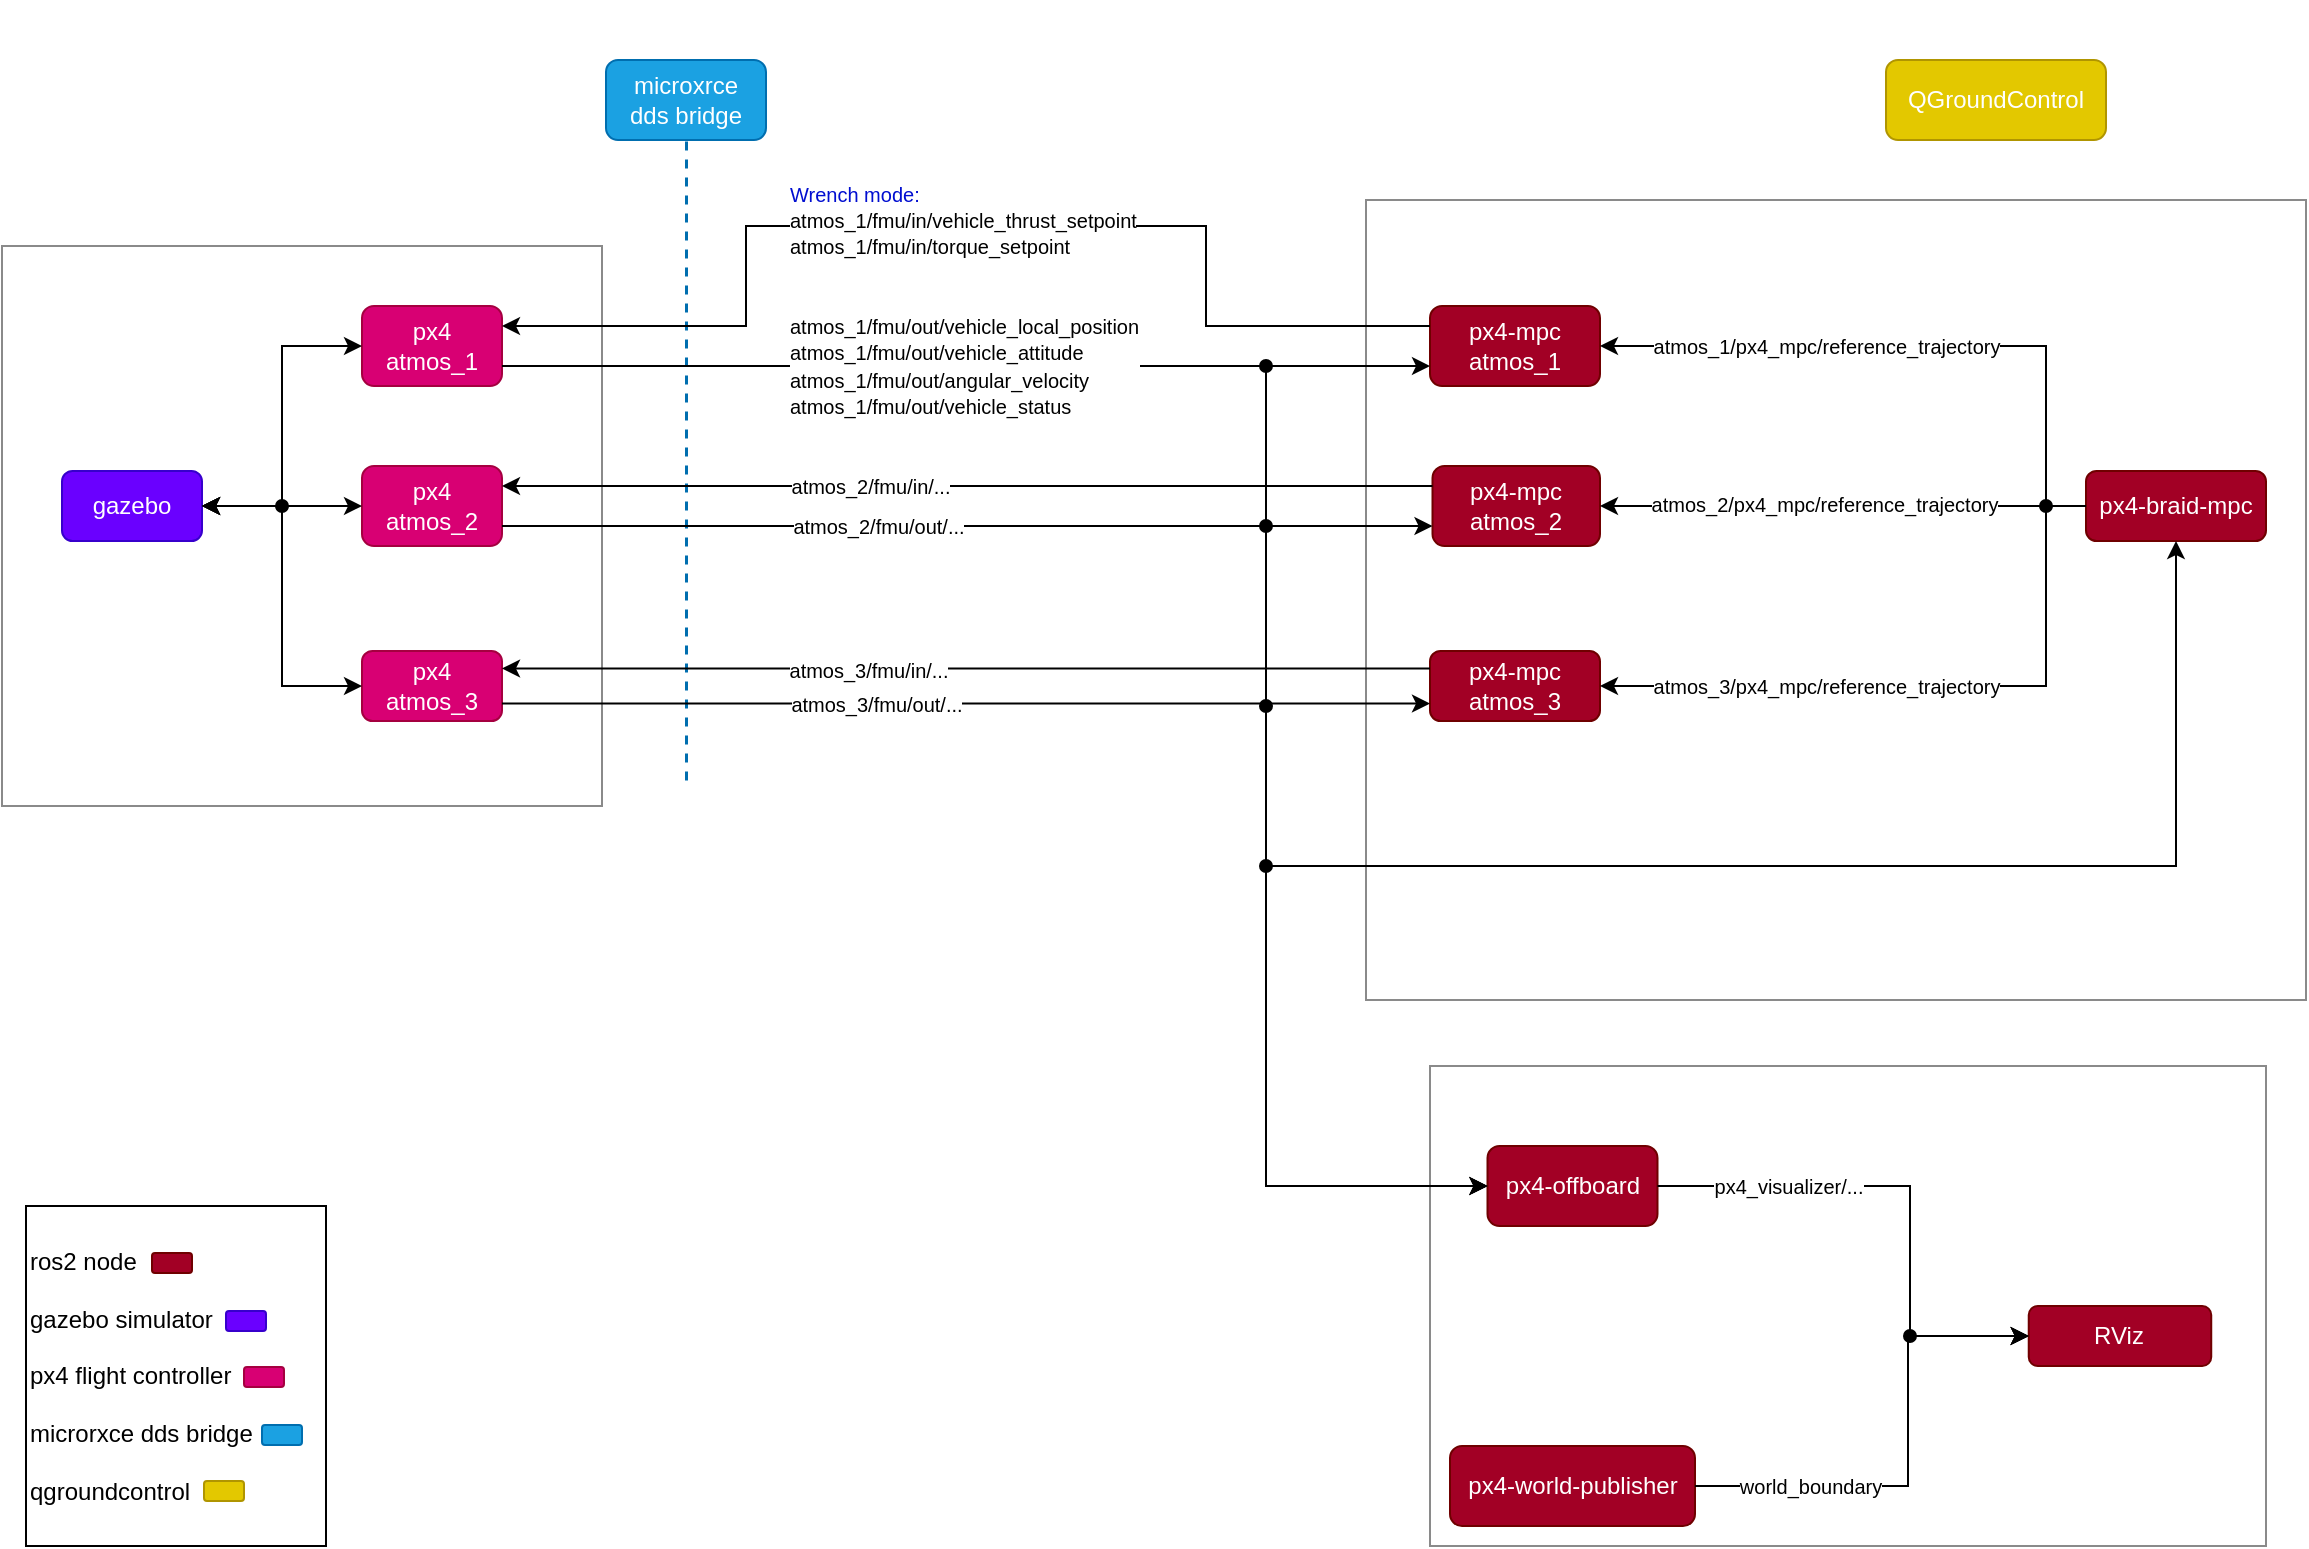
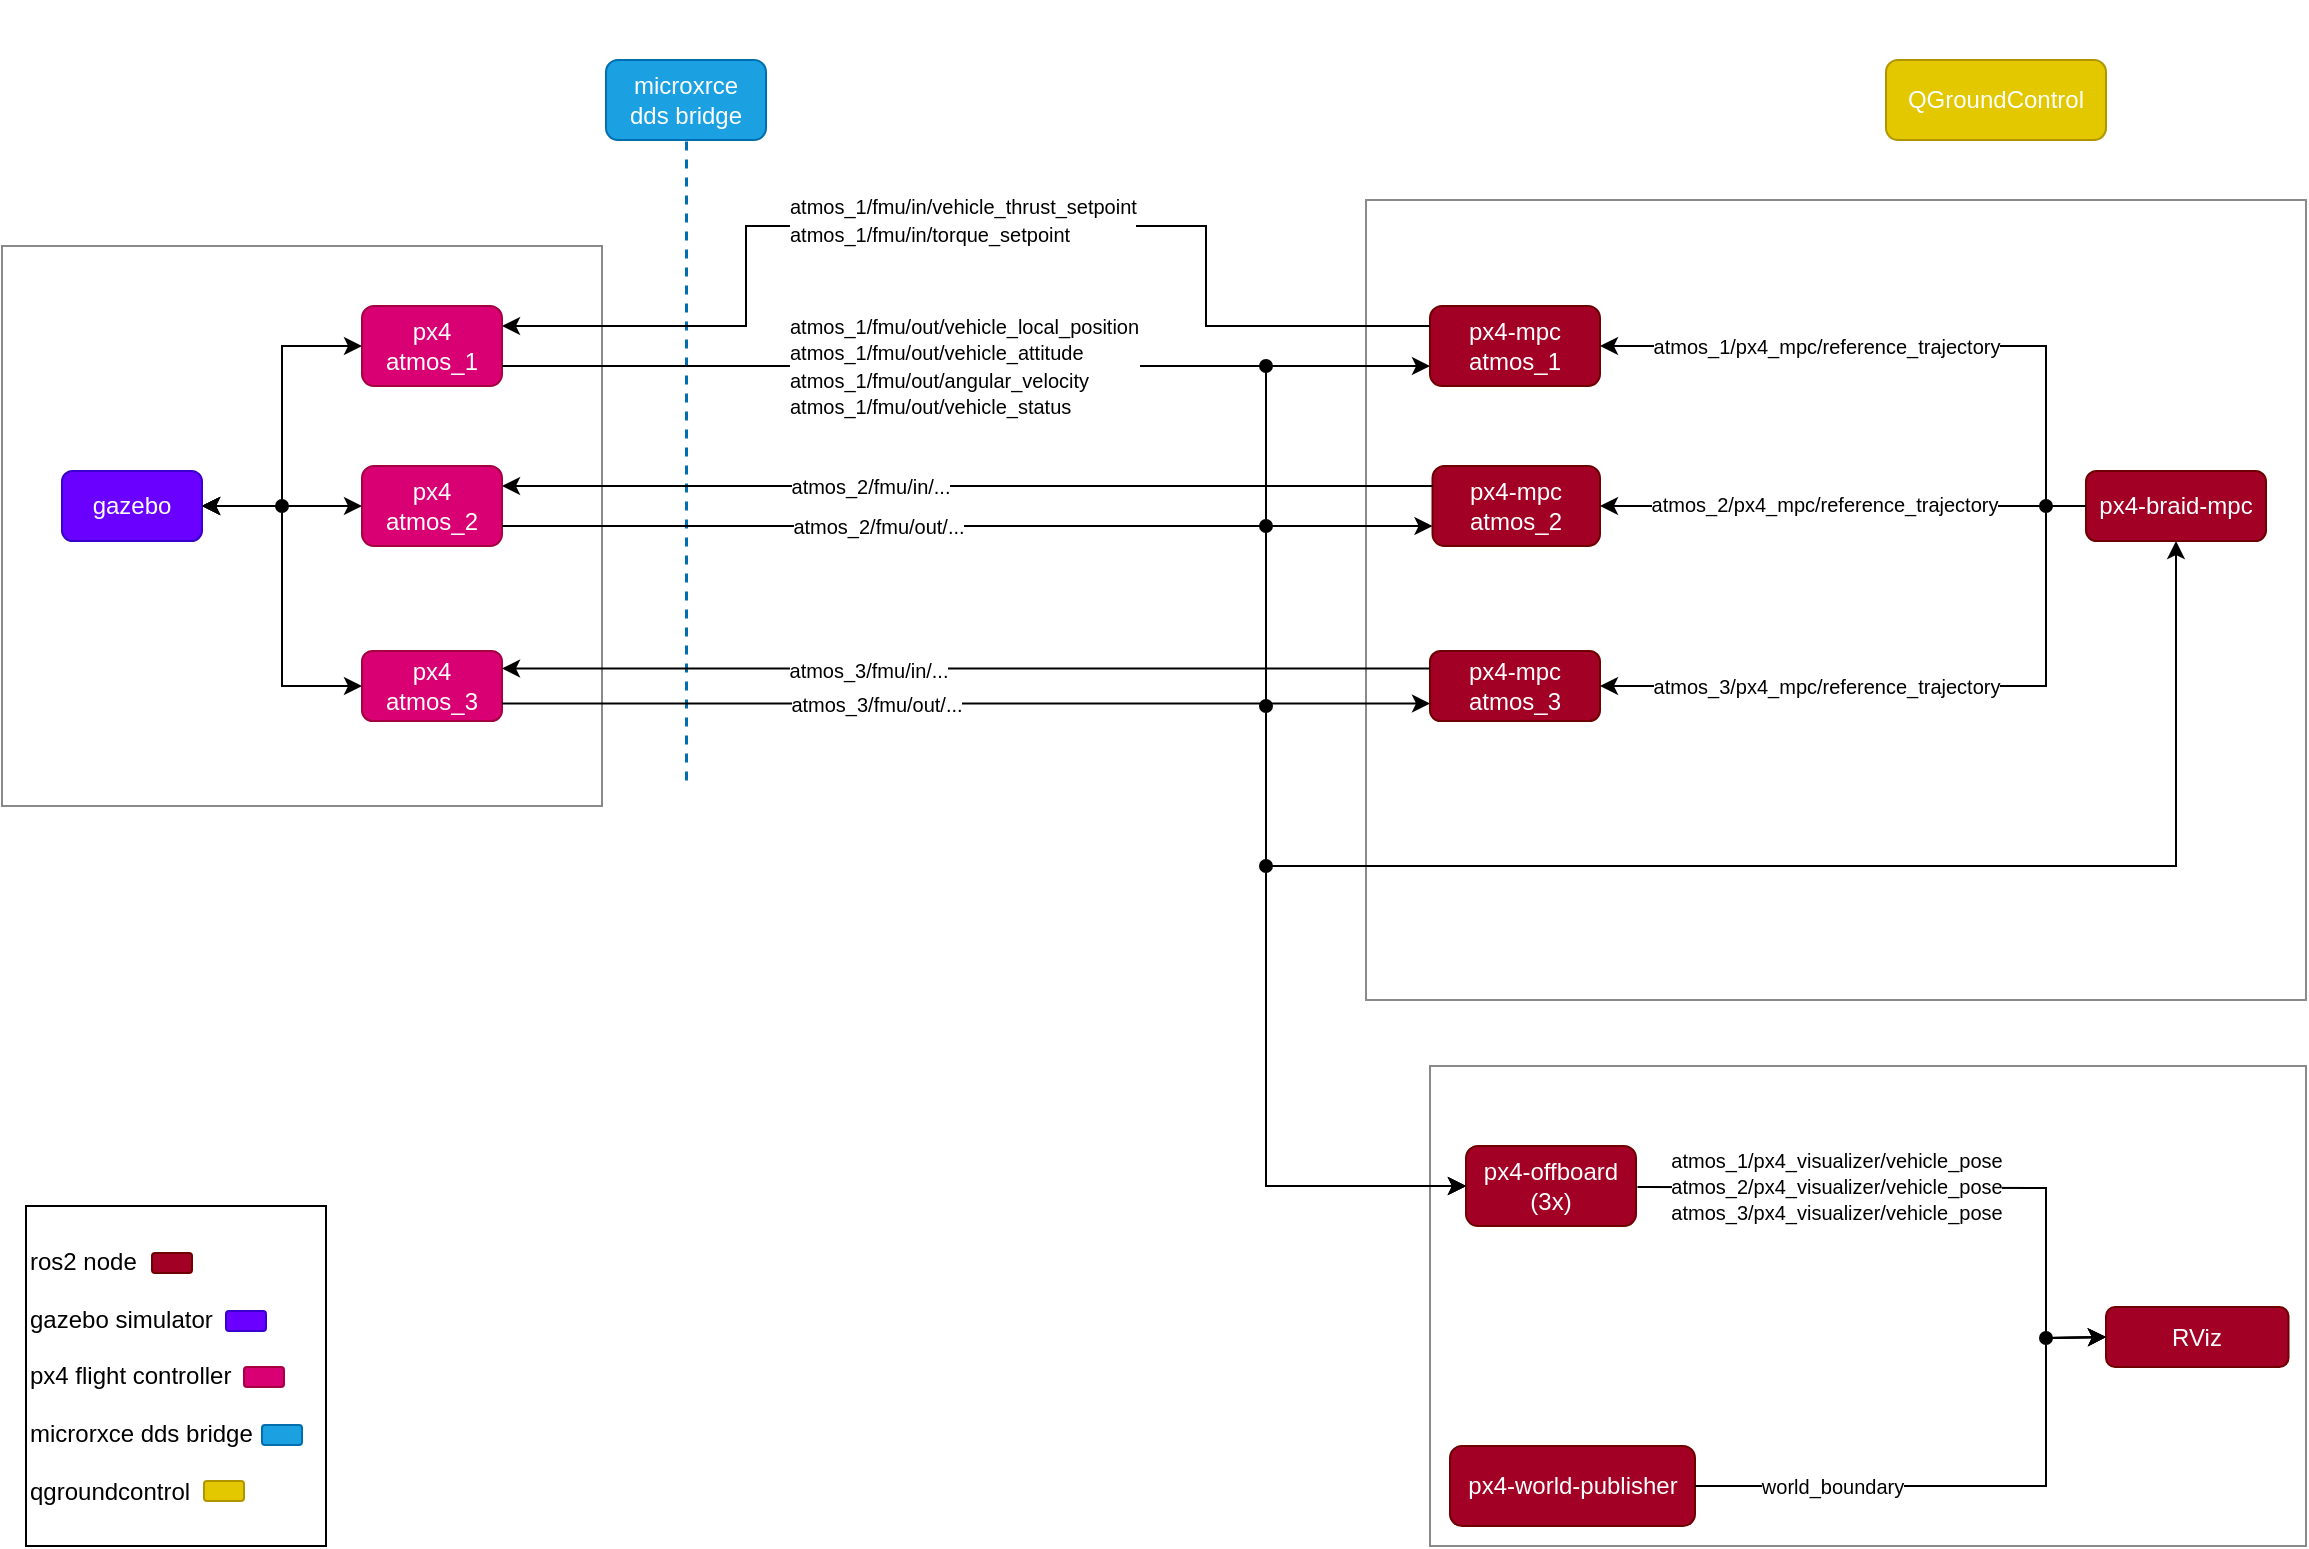
<mxfile host="Electron" agent="Mozilla/5.0 (Windows NT 10.0; Win64; x64) AppleWebKit/537.36 (KHTML, like Gecko) draw.io/27.0.2 Chrome/134.0.6998.205 Electron/35.3.0 Safari/537.36" version="27.0.2">
  <diagram name="Page-1" id="E9GNF9MPt7HNAeUT65pp">
-     <mxGraphModel dx="1426" dy="995" grid="1" gridSize="10" guides="1" tooltips="1" connect="1" arrows="1" fold="1" page="1" pageScale="1" pageWidth="1169" pageHeight="827" math="0" shadow="0">
+     <mxGraphModel dx="983" dy="686" grid="1" gridSize="10" guides="1" tooltips="1" connect="1" arrows="1" fold="1" page="1" pageScale="1" pageWidth="1169" pageHeight="827" math="0" shadow="0">
      <root>
        <mxCell id="0" />
        <mxCell id="1" parent="0" />
        <mxCell id="4c-f1tfFD5tvM23biIU9-37" value="&lt;div&gt;&lt;div&gt;&lt;br&gt;&lt;/div&gt;&lt;/div&gt;" style="rounded=0;whiteSpace=wrap;html=1;align=left;strokeColor=#8A8A8A;" parent="1" vertex="1">
-           <mxGeometry x="722" y="540" width="418" height="240" as="geometry" />
+           <mxGeometry x="722" y="540" width="438" height="240" as="geometry" />
        </mxCell>
        <mxCell id="4c-f1tfFD5tvM23biIU9-33" value="&lt;div&gt;&lt;br&gt;&lt;/div&gt;" style="rounded=0;whiteSpace=wrap;html=1;align=left;strokeColor=#8A8A8A;" parent="1" vertex="1">
          <mxGeometry x="690" y="107" width="470" height="400" as="geometry" />
        </mxCell>
        <mxCell id="4c-f1tfFD5tvM23biIU9-32" value="&lt;div&gt;&lt;br&gt;&lt;/div&gt;" style="rounded=0;whiteSpace=wrap;html=1;align=left;strokeColor=#8A8A8A;gradientColor=none;" parent="1" vertex="1">
          <mxGeometry x="8" y="130" width="300" height="280" as="geometry" />
        </mxCell>
        <mxCell id="4c-f1tfFD5tvM23biIU9-2" value="&lt;font style=&quot;color: rgb(255, 255, 255);&quot;&gt;QGroundControl&lt;/font&gt;" style="rounded=1;whiteSpace=wrap;html=1;fillColor=#e3c800;fontColor=#000000;strokeColor=#B09500;" parent="1" vertex="1">
          <mxGeometry x="950" y="37" width="110" height="40" as="geometry" />
        </mxCell>
        <mxCell id="4c-f1tfFD5tvM23biIU9-3" value="px4-mpc&lt;div&gt;&lt;div&gt;atmos_1&lt;/div&gt;&lt;/div&gt;" style="rounded=1;whiteSpace=wrap;html=1;fillColor=#a20025;fontColor=#ffffff;strokeColor=#6F0000;" parent="1" vertex="1">
          <mxGeometry x="722" y="160" width="85" height="40" as="geometry" />
        </mxCell>
        <mxCell id="4c-f1tfFD5tvM23biIU9-4" value="px4-mpc&lt;div&gt;atmos_2&lt;/div&gt;" style="rounded=1;whiteSpace=wrap;html=1;fillColor=#a20025;fontColor=#ffffff;strokeColor=#6F0000;" parent="1" vertex="1">
          <mxGeometry x="723.25" y="240" width="83.75" height="40" as="geometry" />
        </mxCell>
        <mxCell id="4c-f1tfFD5tvM23biIU9-5" value="&lt;div&gt;px4-mpc&lt;/div&gt;&lt;div&gt;atmos_3&lt;/div&gt;" style="rounded=1;whiteSpace=wrap;html=1;fillColor=#a20025;fontColor=#ffffff;strokeColor=#6F0000;" parent="1" vertex="1">
          <mxGeometry x="722" y="332.5" width="85" height="35" as="geometry" />
        </mxCell>
        <mxCell id="4c-f1tfFD5tvM23biIU9-6" value="px4-braid-mpc" style="rounded=1;whiteSpace=wrap;html=1;fillColor=#a20025;fontColor=#ffffff;strokeColor=#6F0000;" parent="1" vertex="1">
          <mxGeometry x="1050" y="242.5" width="90" height="35" as="geometry" />
        </mxCell>
        <mxCell id="4c-f1tfFD5tvM23biIU9-8" value="" style="endArrow=none;dashed=1;html=1;rounded=0;fillColor=#1ba1e2;strokeColor=#006EAF;strokeWidth=1.5;" parent="1" target="4c-f1tfFD5tvM23biIU9-1" edge="1">
          <mxGeometry width="50" height="50" relative="1" as="geometry">
            <mxPoint x="350" y="397" as="sourcePoint" />
            <mxPoint x="349.71" y="86.99999999999989" as="targetPoint" />
          </mxGeometry>
        </mxCell>
        <mxCell id="4c-f1tfFD5tvM23biIU9-1" value="microxrce&lt;br&gt;dds bridge" style="rounded=1;whiteSpace=wrap;html=1;fillColor=#1ba1e2;fontColor=#ffffff;strokeColor=#006EAF;" parent="1" vertex="1">
          <mxGeometry x="310" y="37" width="80" height="40" as="geometry" />
        </mxCell>
        <mxCell id="4c-f1tfFD5tvM23biIU9-9" value="px4&lt;div&gt;&lt;div&gt;atmos_1&lt;/div&gt;&lt;/div&gt;" style="rounded=1;whiteSpace=wrap;html=1;fillColor=#d80073;fontColor=#ffffff;strokeColor=#A50040;" parent="1" vertex="1">
          <mxGeometry x="188" y="160" width="70" height="40" as="geometry" />
        </mxCell>
        <mxCell id="4c-f1tfFD5tvM23biIU9-10" value="px4&lt;div&gt;atmos_2&lt;/div&gt;" style="rounded=1;whiteSpace=wrap;html=1;fillColor=#d80073;fontColor=#ffffff;strokeColor=#A50040;" parent="1" vertex="1">
          <mxGeometry x="188" y="240" width="70" height="40" as="geometry" />
        </mxCell>
        <mxCell id="4c-f1tfFD5tvM23biIU9-11" value="&lt;div&gt;px4&lt;/div&gt;&lt;div&gt;atmos_3&lt;/div&gt;" style="rounded=1;whiteSpace=wrap;html=1;fillColor=#d80073;fontColor=#ffffff;strokeColor=#A50040;" parent="1" vertex="1">
          <mxGeometry x="188" y="332.5" width="70" height="35" as="geometry" />
        </mxCell>
        <mxCell id="4c-f1tfFD5tvM23biIU9-12" value="gazebo" style="rounded=1;whiteSpace=wrap;html=1;fillColor=#6a00ff;fontColor=#ffffff;strokeColor=#3700CC;" parent="1" vertex="1">
          <mxGeometry x="38" y="242.5" width="70" height="35" as="geometry" />
        </mxCell>
        <mxCell id="4c-f1tfFD5tvM23biIU9-13" value="" style="endArrow=none;startArrow=classic;html=1;rounded=0;exitX=0;exitY=0.75;exitDx=0;exitDy=0;entryX=1;entryY=0.75;entryDx=0;entryDy=0;endFill=1;startFill=1;" parent="1" source="4c-f1tfFD5tvM23biIU9-4" target="4c-f1tfFD5tvM23biIU9-10" edge="1">
          <mxGeometry width="50" height="50" relative="1" as="geometry">
            <mxPoint x="410" y="247" as="sourcePoint" />
            <mxPoint x="290" y="257" as="targetPoint" />
          </mxGeometry>
        </mxCell>
        <mxCell id="UiVhd8sPxlL9orlQ_n_O-15" value="&lt;font style=&quot;font-size: 10px;&quot;&gt;atmos_2/fmu/out/...&lt;/font&gt;" style="edgeLabel;html=1;align=center;verticalAlign=middle;resizable=0;points=[];" parent="4c-f1tfFD5tvM23biIU9-13" vertex="1" connectable="0">
          <mxGeometry x="0.0751" y="-2" relative="1" as="geometry">
            <mxPoint x="-28" y="2" as="offset" />
          </mxGeometry>
        </mxCell>
        <mxCell id="4c-f1tfFD5tvM23biIU9-14" value="" style="endArrow=none;startArrow=classic;html=1;rounded=0;entryX=1;entryY=0.75;entryDx=0;entryDy=0;exitX=0;exitY=0.75;exitDx=0;exitDy=0;endFill=1;startFill=1;" parent="1" source="4c-f1tfFD5tvM23biIU9-5" target="4c-f1tfFD5tvM23biIU9-11" edge="1">
          <mxGeometry width="50" height="50" relative="1" as="geometry">
            <mxPoint x="390" y="307" as="sourcePoint" />
            <mxPoint x="290" y="317" as="targetPoint" />
            <Array as="points" />
          </mxGeometry>
        </mxCell>
        <mxCell id="UiVhd8sPxlL9orlQ_n_O-16" value="&lt;font style=&quot;font-size: 10px;&quot;&gt;atmos_3/fmu/out/...&lt;/font&gt;" style="edgeLabel;html=1;align=center;verticalAlign=middle;resizable=0;points=[];" parent="4c-f1tfFD5tvM23biIU9-14" vertex="1" connectable="0">
          <mxGeometry x="0.0453" y="1" relative="1" as="geometry">
            <mxPoint x="-35" y="-1" as="offset" />
          </mxGeometry>
        </mxCell>
        <mxCell id="4c-f1tfFD5tvM23biIU9-15" value="" style="endArrow=none;startArrow=classic;html=1;rounded=0;exitX=0;exitY=0.75;exitDx=0;exitDy=0;entryX=1;entryY=0.75;entryDx=0;entryDy=0;endFill=1;startFill=1;" parent="1" source="4c-f1tfFD5tvM23biIU9-3" target="4c-f1tfFD5tvM23biIU9-9" edge="1">
          <mxGeometry width="50" height="50" relative="1" as="geometry">
            <mxPoint x="422.5" y="207" as="sourcePoint" />
            <mxPoint x="267.5" y="207" as="targetPoint" />
            <mxPoint as="offset" />
          </mxGeometry>
        </mxCell>
        <mxCell id="UiVhd8sPxlL9orlQ_n_O-18" value="&lt;font style=&quot;font-size: 10px;&quot;&gt;atmos_1/fmu/out/vehicle_local_position&lt;br&gt;atmos_1/fmu/out/vehicle_attitude&lt;br&gt;atmos_1/fmu/out/angular_velocity&lt;br&gt;atmos_1/fmu/out/vehicle_status&lt;/font&gt;" style="edgeLabel;html=1;align=left;verticalAlign=middle;resizable=0;points=[];labelBackgroundColor=default;" parent="4c-f1tfFD5tvM23biIU9-15" vertex="1" connectable="0">
          <mxGeometry x="-0.0079" y="-2" relative="1" as="geometry">
            <mxPoint x="-92" y="2" as="offset" />
          </mxGeometry>
        </mxCell>
        <mxCell id="4c-f1tfFD5tvM23biIU9-16" value="" style="endArrow=classic;startArrow=classic;html=1;rounded=0;exitX=1;exitY=0.5;exitDx=0;exitDy=0;entryX=0;entryY=0.5;entryDx=0;entryDy=0;" parent="1" source="4c-f1tfFD5tvM23biIU9-12" target="4c-f1tfFD5tvM23biIU9-10" edge="1">
          <mxGeometry width="50" height="50" relative="1" as="geometry">
            <mxPoint x="218" y="300" as="sourcePoint" />
            <mxPoint x="268" y="250" as="targetPoint" />
          </mxGeometry>
        </mxCell>
        <mxCell id="4c-f1tfFD5tvM23biIU9-17" value="" style="endArrow=classic;startArrow=classic;html=1;rounded=0;entryX=0;entryY=0.5;entryDx=0;entryDy=0;exitX=1;exitY=0.5;exitDx=0;exitDy=0;edgeStyle=orthogonalEdgeStyle;" parent="1" source="4c-f1tfFD5tvM23biIU9-12" target="4c-f1tfFD5tvM23biIU9-11" edge="1">
          <mxGeometry width="50" height="50" relative="1" as="geometry">
            <mxPoint x="88" y="270" as="sourcePoint" />
            <mxPoint x="198" y="280" as="targetPoint" />
          </mxGeometry>
        </mxCell>
        <mxCell id="4c-f1tfFD5tvM23biIU9-21" value="" style="endArrow=classic;startArrow=classic;html=1;rounded=0;entryX=0;entryY=0.5;entryDx=0;entryDy=0;exitX=1;exitY=0.5;exitDx=0;exitDy=0;edgeStyle=orthogonalEdgeStyle;" parent="1" source="4c-f1tfFD5tvM23biIU9-12" target="4c-f1tfFD5tvM23biIU9-9" edge="1">
          <mxGeometry width="50" height="50" relative="1" as="geometry">
            <mxPoint x="98" y="280" as="sourcePoint" />
            <mxPoint x="198" y="360" as="targetPoint" />
          </mxGeometry>
        </mxCell>
-         <mxCell id="4c-f1tfFD5tvM23biIU9-22" value="&lt;div&gt;px4-offboard&lt;br&gt;&lt;/div&gt;" style="rounded=1;whiteSpace=wrap;html=1;fillColor=#a20025;fontColor=#ffffff;strokeColor=#6F0000;" parent="1" vertex="1">
-           <mxGeometry x="750.75" y="580" width="85" height="40" as="geometry" />
+         <mxCell id="4c-f1tfFD5tvM23biIU9-22" value="&lt;div&gt;px4-offboard&lt;br&gt;&lt;/div&gt;&lt;div&gt;(3x)&lt;/div&gt;" style="rounded=1;whiteSpace=wrap;html=1;fillColor=#a20025;fontColor=#ffffff;strokeColor=#6F0000;" parent="1" vertex="1">
+           <mxGeometry x="740" y="580" width="85" height="40" as="geometry" />
        </mxCell>
        <mxCell id="4c-f1tfFD5tvM23biIU9-23" value="&lt;div&gt;px4-world-publisher&lt;br&gt;&lt;/div&gt;" style="rounded=1;whiteSpace=wrap;html=1;fillColor=#a20025;fontColor=#ffffff;strokeColor=#6F0000;" parent="1" vertex="1">
          <mxGeometry x="732" y="730" width="122.5" height="40" as="geometry" />
        </mxCell>
        <mxCell id="4c-f1tfFD5tvM23biIU9-24" value="&lt;div&gt;RViz&lt;br&gt;&lt;/div&gt;" style="rounded=1;whiteSpace=wrap;html=1;fillColor=#a20025;fontColor=#ffffff;strokeColor=#6F0000;" parent="1" vertex="1">
-           <mxGeometry x="1021.3699999999999" y="660" width="91.25" height="30" as="geometry" />
-         </mxCell>
-         <mxCell id="4c-f1tfFD5tvM23biIU9-25" value="" style="endArrow=classic;html=1;rounded=0;entryX=0;entryY=0.5;entryDx=0;entryDy=0;exitX=1;exitY=0.5;exitDx=0;exitDy=0;" parent="1" source="4c-f1tfFD5tvM23biIU9-22" target="4c-f1tfFD5tvM23biIU9-24" edge="1">
-           <mxGeometry width="50" height="50" relative="1" as="geometry">
-             <mxPoint x="957.25" y="620" as="sourcePoint" />
-             <mxPoint x="1007.25" y="570" as="targetPoint" />
-             <Array as="points">
-               <mxPoint x="962" y="600" />
-               <mxPoint x="962" y="675" />
-             </Array>
-           </mxGeometry>
-         </mxCell>
-         <mxCell id="ifUhqTne8HnEk-4yPDjQ-9" value="&lt;font style=&quot;font-size: 10px;&quot;&gt;px4_visualizer/...&lt;/font&gt;" style="edgeLabel;html=1;align=center;verticalAlign=middle;resizable=0;points=[];" vertex="1" connectable="0" parent="4c-f1tfFD5tvM23biIU9-25">
+           <mxGeometry x="1060" y="660.5" width="91.25" height="30" as="geometry" />
+         </mxCell>
+         <mxCell id="4c-f1tfFD5tvM23biIU9-25" value="" style="endArrow=classic;html=1;rounded=0;entryX=0;entryY=0.5;entryDx=0;entryDy=0;exitX=1;exitY=0.5;exitDx=0;exitDy=0;" parent="1" target="4c-f1tfFD5tvM23biIU9-24" edge="1">
+           <mxGeometry width="50" height="50" relative="1" as="geometry">
+             <mxPoint x="825.75" y="600.5" as="sourcePoint" />
+             <mxPoint x="1050" y="676" as="targetPoint" />
+             <Array as="points">
+               <mxPoint x="1030" y="601" />
+               <mxPoint x="1030" y="676" />
+             </Array>
+           </mxGeometry>
+         </mxCell>
+         <mxCell id="ifUhqTne8HnEk-4yPDjQ-9" value="&lt;font style=&quot;font-size: 10px;&quot;&gt;atmos_1/px4_visualizer/vehicle_pose&lt;br&gt;atmos_2/px4_visualizer/vehicle_pose&lt;br&gt;atmos_3/px4_visualizer/vehicle_pose&lt;/font&gt;" style="edgeLabel;html=1;align=center;verticalAlign=middle;resizable=0;points=[];" parent="4c-f1tfFD5tvM23biIU9-25" vertex="1" connectable="0">
          <mxGeometry x="-0.5069" relative="1" as="geometry">
-             <mxPoint as="offset" />
+             <mxPoint x="23" y="-1" as="offset" />
          </mxGeometry>
        </mxCell>
        <mxCell id="4c-f1tfFD5tvM23biIU9-26" value="" style="endArrow=classic;html=1;rounded=0;entryX=0;entryY=0.5;entryDx=0;entryDy=0;exitX=1;exitY=0.5;exitDx=0;exitDy=0;" parent="1" source="4c-f1tfFD5tvM23biIU9-23" target="4c-f1tfFD5tvM23biIU9-24" edge="1">
          <mxGeometry width="50" height="50" relative="1" as="geometry">
            <mxPoint x="951" y="760" as="sourcePoint" />
            <mxPoint x="997.25" y="740" as="targetPoint" />
            <Array as="points">
-               <mxPoint x="961" y="750" />
-               <mxPoint x="961" y="675" />
+               <mxPoint x="1030" y="750" />
+               <mxPoint x="1030" y="676" />
            </Array>
          </mxGeometry>
        </mxCell>
        <mxCell id="ShSxiRMQiWkUllSnZ31j-1" value="&lt;font&gt;world_boundary&lt;/font&gt;" style="edgeLabel;html=1;align=center;verticalAlign=middle;resizable=0;points=[];fontSize=10;" parent="4c-f1tfFD5tvM23biIU9-26" vertex="1" connectable="0">
          <mxGeometry x="-0.4481" y="1" relative="1" as="geometry">
            <mxPoint x="-9" y="1" as="offset" />
          </mxGeometry>
        </mxCell>
        <mxCell id="4c-f1tfFD5tvM23biIU9-27" value="" style="endArrow=classic;html=1;rounded=0;exitX=0;exitY=0.5;exitDx=0;exitDy=0;entryX=1;entryY=0.5;entryDx=0;entryDy=0;" parent="1" source="4c-f1tfFD5tvM23biIU9-6" target="4c-f1tfFD5tvM23biIU9-4" edge="1">
          <mxGeometry width="50" height="50" relative="1" as="geometry">
            <mxPoint x="805" y="267" as="sourcePoint" />
            <mxPoint x="855" y="247" as="targetPoint" />
          </mxGeometry>
        </mxCell>
        <mxCell id="UiVhd8sPxlL9orlQ_n_O-19" value="&lt;span style=&quot;font-size: 10px;&quot;&gt;atmos_2/px4_mpc/reference_trajectory&lt;/span&gt;" style="edgeLabel;html=1;align=center;verticalAlign=middle;resizable=0;points=[];" parent="4c-f1tfFD5tvM23biIU9-27" vertex="1" connectable="0">
          <mxGeometry x="0.0839" y="-1" relative="1" as="geometry">
            <mxPoint as="offset" />
          </mxGeometry>
        </mxCell>
        <mxCell id="4c-f1tfFD5tvM23biIU9-28" value="" style="endArrow=classic;html=1;rounded=0;entryX=1;entryY=0.5;entryDx=0;entryDy=0;exitX=0;exitY=0.5;exitDx=0;exitDy=0;" parent="1" source="4c-f1tfFD5tvM23biIU9-6" target="4c-f1tfFD5tvM23biIU9-5" edge="1">
          <mxGeometry width="50" height="50" relative="1" as="geometry">
            <mxPoint x="925" y="247" as="sourcePoint" />
            <mxPoint x="840" y="257" as="targetPoint" />
            <Array as="points">
              <mxPoint x="1030" y="260" />
              <mxPoint x="1030" y="350" />
            </Array>
          </mxGeometry>
        </mxCell>
        <mxCell id="UiVhd8sPxlL9orlQ_n_O-20" value="&lt;span style=&quot;font-size: 10px;&quot;&gt;atmos_3/px4_mpc/reference_trajectory&lt;/span&gt;" style="edgeLabel;html=1;align=center;verticalAlign=middle;resizable=0;points=[];" parent="4c-f1tfFD5tvM23biIU9-28" vertex="1" connectable="0">
          <mxGeometry x="0.3729" y="2" relative="1" as="geometry">
            <mxPoint x="8" y="-2" as="offset" />
          </mxGeometry>
        </mxCell>
        <mxCell id="4c-f1tfFD5tvM23biIU9-29" value="" style="endArrow=classic;html=1;rounded=0;entryX=1;entryY=0.5;entryDx=0;entryDy=0;startArrow=oval;startFill=1;" parent="1" target="4c-f1tfFD5tvM23biIU9-3" edge="1">
          <mxGeometry width="50" height="50" relative="1" as="geometry">
            <mxPoint x="1030" y="260" as="sourcePoint" />
            <mxPoint x="837.5" y="190" as="targetPoint" />
            <Array as="points">
              <mxPoint x="1030" y="260" />
              <mxPoint x="1030" y="180" />
            </Array>
          </mxGeometry>
        </mxCell>
        <mxCell id="UiVhd8sPxlL9orlQ_n_O-17" value="&lt;font style=&quot;font-size: 10px;&quot;&gt;atmos_1/px4_mpc/reference_trajectory&lt;/font&gt;" style="edgeLabel;html=1;align=center;verticalAlign=middle;resizable=0;points=[];" parent="4c-f1tfFD5tvM23biIU9-29" vertex="1" connectable="0">
          <mxGeometry x="0.3808" y="-1" relative="1" as="geometry">
            <mxPoint x="19" y="1" as="offset" />
          </mxGeometry>
        </mxCell>
        <mxCell id="4c-f1tfFD5tvM23biIU9-35" value="" style="endArrow=classic;html=1;rounded=0;entryX=0;entryY=0.5;entryDx=0;entryDy=0;startArrow=oval;startFill=1;" parent="1" target="4c-f1tfFD5tvM23biIU9-22" edge="1">
          <mxGeometry width="50" height="50" relative="1" as="geometry">
            <mxPoint x="640" y="190" as="sourcePoint" />
            <mxPoint x="585" y="357" as="targetPoint" />
            <Array as="points">
              <mxPoint x="640" y="600" />
            </Array>
          </mxGeometry>
        </mxCell>
        <mxCell id="4c-f1tfFD5tvM23biIU9-39" value="" style="endArrow=classic;html=1;rounded=0;entryX=0.5;entryY=1;entryDx=0;entryDy=0;startArrow=oval;startFill=1;" parent="1" target="4c-f1tfFD5tvM23biIU9-6" edge="1">
          <mxGeometry width="50" height="50" relative="1" as="geometry">
            <mxPoint x="640" y="440" as="sourcePoint" />
            <mxPoint x="780" y="267" as="targetPoint" />
            <Array as="points">
              <mxPoint x="1095" y="440" />
            </Array>
          </mxGeometry>
        </mxCell>
        <mxCell id="4c-f1tfFD5tvM23biIU9-41" value="" style="endArrow=classic;html=1;rounded=0;entryX=0;entryY=0.5;entryDx=0;entryDy=0;startArrow=oval;startFill=1;" parent="1" target="4c-f1tfFD5tvM23biIU9-22" edge="1">
          <mxGeometry width="50" height="50" relative="1" as="geometry">
            <mxPoint x="640" y="360" as="sourcePoint" />
            <mxPoint x="490" y="287" as="targetPoint" />
            <Array as="points">
              <mxPoint x="640" y="600" />
            </Array>
          </mxGeometry>
        </mxCell>
        <mxCell id="4c-f1tfFD5tvM23biIU9-43" value="" style="endArrow=classic;html=1;rounded=0;entryX=0;entryY=0.5;entryDx=0;entryDy=0;startArrow=oval;startFill=1;" parent="1" target="4c-f1tfFD5tvM23biIU9-24" edge="1">
          <mxGeometry width="50" height="50" relative="1" as="geometry">
-             <mxPoint x="962" y="675" as="sourcePoint" />
+             <mxPoint x="1030" y="676" as="sourcePoint" />
            <mxPoint x="1007" y="715" as="targetPoint" />
          </mxGeometry>
        </mxCell>
        <mxCell id="4c-f1tfFD5tvM23biIU9-44" value="" style="endArrow=classic;html=1;rounded=0;entryX=1;entryY=0.5;entryDx=0;entryDy=0;startArrow=oval;startFill=1;" parent="1" target="4c-f1tfFD5tvM23biIU9-12" edge="1">
          <mxGeometry width="50" height="50" relative="1" as="geometry">
            <mxPoint x="148" y="260" as="sourcePoint" />
            <mxPoint x="228" y="250" as="targetPoint" />
          </mxGeometry>
        </mxCell>
-         <mxCell id="4c-f1tfFD5tvM23biIU9-45" value="" style="endArrow=classic;html=1;rounded=0;entryX=0;entryY=0.5;entryDx=0;entryDy=0;startArrow=oval;startFill=1;" parent="1" edge="1" target="4c-f1tfFD5tvM23biIU9-22">
+         <mxCell id="4c-f1tfFD5tvM23biIU9-45" value="" style="endArrow=classic;html=1;rounded=0;entryX=0;entryY=0.5;entryDx=0;entryDy=0;startArrow=oval;startFill=1;" parent="1" target="4c-f1tfFD5tvM23biIU9-22" edge="1">
          <mxGeometry width="50" height="50" relative="1" as="geometry">
            <mxPoint x="640" y="270" as="sourcePoint" />
            <mxPoint x="750.75" y="610" as="targetPoint" />
            <Array as="points">
              <mxPoint x="640" y="600" />
            </Array>
          </mxGeometry>
        </mxCell>
        <mxCell id="4c-f1tfFD5tvM23biIU9-49" value="&lt;span style=&quot;background-color: transparent; color: light-dark(rgb(0, 0, 0), rgb(255, 255, 255));&quot;&gt;ros2 node&lt;/span&gt;&lt;br&gt;&lt;br&gt;&lt;span style=&quot;background-color: transparent; color: light-dark(rgb(0, 0, 0), rgb(255, 255, 255));&quot;&gt;gazebo simulator&lt;/span&gt;&lt;br&gt;&lt;br&gt;&lt;span style=&quot;background-color: transparent; color: light-dark(rgb(0, 0, 0), rgb(255, 255, 255));&quot;&gt;px4 flight controller&lt;/span&gt;&lt;br&gt;&lt;br&gt;&lt;span style=&quot;background-color: transparent; color: light-dark(rgb(0, 0, 0), rgb(255, 255, 255));&quot;&gt;microrxce dds bridge&lt;/span&gt;&lt;br&gt;&lt;br&gt;&lt;span style=&quot;background-color: transparent; color: light-dark(rgb(0, 0, 0), rgb(255, 255, 255));&quot;&gt;qgroundcontrol&lt;/span&gt;" style="rounded=0;whiteSpace=wrap;html=1;align=left;" parent="1" vertex="1">
          <mxGeometry x="20" y="610" width="150" height="170" as="geometry" />
        </mxCell>
        <mxCell id="4c-f1tfFD5tvM23biIU9-50" value="" style="rounded=1;whiteSpace=wrap;html=1;fillColor=#a20025;fontColor=#ffffff;strokeColor=#6F0000;" parent="1" vertex="1">
          <mxGeometry x="83" y="633.5" width="20" height="10" as="geometry" />
        </mxCell>
        <mxCell id="4c-f1tfFD5tvM23biIU9-54" value="" style="rounded=1;whiteSpace=wrap;html=1;fillColor=#6a00ff;strokeColor=#3700CC;fontColor=#ffffff;" parent="1" vertex="1">
          <mxGeometry x="120" y="662.5" width="20" height="10" as="geometry" />
        </mxCell>
        <mxCell id="4c-f1tfFD5tvM23biIU9-55" value="" style="rounded=1;whiteSpace=wrap;html=1;fillColor=#d80073;strokeColor=#A50040;fontColor=#ffffff;" parent="1" vertex="1">
          <mxGeometry x="129" y="690.5" width="20" height="10" as="geometry" />
        </mxCell>
        <mxCell id="4c-f1tfFD5tvM23biIU9-56" value="" style="rounded=1;whiteSpace=wrap;html=1;fillColor=#1ba1e2;strokeColor=#006EAF;fontColor=#ffffff;" parent="1" vertex="1">
          <mxGeometry x="138" y="719.5" width="20" height="10" as="geometry" />
        </mxCell>
        <mxCell id="4c-f1tfFD5tvM23biIU9-57" value="" style="rounded=1;whiteSpace=wrap;html=1;fillColor=#e3c800;strokeColor=#B09500;fontColor=#000000;" parent="1" vertex="1">
          <mxGeometry x="109" y="747.5" width="20" height="10" as="geometry" />
        </mxCell>
        <mxCell id="UiVhd8sPxlL9orlQ_n_O-2" value="&lt;span style=&quot;font-family: Helvetica; font-size: 12px; font-style: normal; font-variant-ligatures: normal; font-variant-caps: normal; font-weight: 400; letter-spacing: normal; orphans: 2; text-align: right; text-indent: 0px; text-transform: none; widows: 2; word-spacing: 0px; -webkit-text-stroke-width: 0px; white-space: normal; text-decoration-thickness: initial; text-decoration-style: initial; text-decoration-color: initial; float: none; display: inline !important;&quot;&gt;&lt;font style=&quot;color: light-dark(rgb(255, 255, 255), rgb(0, 255, 213));&quot;&gt;microxrce udp4 -p 8888&lt;/font&gt;&lt;/span&gt;" style="text;whiteSpace=wrap;html=1;" parent="1" vertex="1">
          <mxGeometry x="310" y="7" width="160" height="30" as="geometry" />
        </mxCell>
        <mxCell id="UiVhd8sPxlL9orlQ_n_O-3" value="&lt;span style=&quot;font-family: Helvetica; font-size: 12px; font-style: normal; font-variant-ligatures: normal; font-variant-caps: normal; font-weight: 400; letter-spacing: normal; orphans: 2; text-align: right; text-indent: 0px; text-transform: none; widows: 2; word-spacing: 0px; -webkit-text-stroke-width: 0px; white-space: normal; text-decoration-thickness: initial; text-decoration-style: initial; text-decoration-color: initial; float: none; display: inline !important;&quot;&gt;&lt;font style=&quot;color: light-dark(rgb(255, 255, 255), rgb(0, 255, 213));&quot;&gt;qgroundcontrol&lt;/font&gt;&lt;/span&gt;" style="text;whiteSpace=wrap;html=1;" parent="1" vertex="1">
          <mxGeometry x="950" y="7" width="160" height="30" as="geometry" />
        </mxCell>
        <mxCell id="UiVhd8sPxlL9orlQ_n_O-5" value="&lt;span style=&quot;font-family: Helvetica; font-size: 12px; font-style: normal; font-variant-ligatures: normal; font-variant-caps: normal; font-weight: 400; letter-spacing: normal; orphans: 2; text-align: right; text-indent: 0px; text-transform: none; widows: 2; word-spacing: 0px; -webkit-text-stroke-width: 0px; white-space: normal; text-decoration-thickness: initial; text-decoration-style: initial; text-decoration-color: initial; float: none; display: inline !important;&quot;&gt;&lt;font style=&quot;color: light-dark(rgb(255, 255, 255), rgb(0, 255, 213));&quot;&gt;rviz.launch.py&lt;/font&gt;&lt;/span&gt;" style="text;whiteSpace=wrap;html=1;" parent="1" vertex="1">
          <mxGeometry x="802" y="540" width="78" height="30" as="geometry" />
        </mxCell>
        <mxCell id="UiVhd8sPxlL9orlQ_n_O-7" value="&lt;span style=&quot;font-family: Helvetica; font-size: 12px; font-style: normal; font-variant-ligatures: normal; font-variant-caps: normal; font-weight: 400; letter-spacing: normal; orphans: 2; text-align: right; text-indent: 0px; text-transform: none; widows: 2; word-spacing: 0px; -webkit-text-stroke-width: 0px; white-space: normal; text-decoration-thickness: initial; text-decoration-style: initial; text-decoration-color: initial; float: none; display: inline !important;&quot;&gt;&lt;font style=&quot;color: light-dark(rgb(255, 255, 255), rgb(255, 255, 255));&quot;&gt;Visualization&lt;/font&gt;&lt;/span&gt;" style="text;whiteSpace=wrap;html=1;" parent="1" vertex="1">
          <mxGeometry x="722" y="540" width="78" height="30" as="geometry" />
        </mxCell>
        <mxCell id="UiVhd8sPxlL9orlQ_n_O-10" value="&lt;span style=&quot;font-family: Helvetica; font-size: 12px; font-style: normal; font-variant-ligatures: normal; font-variant-caps: normal; font-weight: 400; letter-spacing: normal; orphans: 2; text-align: right; text-indent: 0px; text-transform: none; widows: 2; word-spacing: 0px; -webkit-text-stroke-width: 0px; white-space: normal; text-decoration-thickness: initial; text-decoration-style: initial; text-decoration-color: initial; float: none; display: inline !important;&quot;&gt;&lt;font style=&quot;color: light-dark(rgb(255, 255, 255), rgb(0, 255, 213));&quot;&gt;controller.launch.py&lt;/font&gt;&lt;/span&gt;" style="text;whiteSpace=wrap;html=1;" parent="1" vertex="1">
          <mxGeometry x="752.25" y="107" width="113.5" height="30" as="geometry" />
        </mxCell>
        <mxCell id="UiVhd8sPxlL9orlQ_n_O-11" value="&lt;span style=&quot;font-family: Helvetica; font-size: 12px; font-style: normal; font-variant-ligatures: normal; font-variant-caps: normal; font-weight: 400; letter-spacing: normal; orphans: 2; text-align: right; text-indent: 0px; text-transform: none; widows: 2; word-spacing: 0px; -webkit-text-stroke-width: 0px; white-space: normal; text-decoration-thickness: initial; text-decoration-style: initial; text-decoration-color: initial; float: none; display: inline !important;&quot;&gt;&lt;font style=&quot;color: light-dark(rgb(255, 255, 255), rgb(255, 255, 255));&quot;&gt;Control&lt;/font&gt;&lt;/span&gt;" style="text;whiteSpace=wrap;html=1;" parent="1" vertex="1">
          <mxGeometry x="690" y="107" width="78" height="30" as="geometry" />
        </mxCell>
        <mxCell id="UiVhd8sPxlL9orlQ_n_O-13" value="&lt;span style=&quot;font-family: Helvetica; font-size: 12px; font-style: normal; font-variant-ligatures: normal; font-variant-caps: normal; font-weight: 400; letter-spacing: normal; orphans: 2; text-align: right; text-indent: 0px; text-transform: none; widows: 2; word-spacing: 0px; -webkit-text-stroke-width: 0px; white-space: normal; text-decoration-thickness: initial; text-decoration-style: initial; text-decoration-color: initial; float: none; display: inline !important;&quot;&gt;&lt;font style=&quot;color: light-dark(rgb(255, 255, 255), rgb(0, 255, 213));&quot;&gt;launch_sim.py&lt;/font&gt;&lt;/span&gt;" style="text;whiteSpace=wrap;html=1;" parent="1" vertex="1">
          <mxGeometry x="74.5" y="130" width="113.5" height="30" as="geometry" />
        </mxCell>
        <mxCell id="UiVhd8sPxlL9orlQ_n_O-14" value="&lt;span style=&quot;font-family: Helvetica; font-size: 12px; font-style: normal; font-variant-ligatures: normal; font-variant-caps: normal; font-weight: 400; letter-spacing: normal; orphans: 2; text-align: right; text-indent: 0px; text-transform: none; widows: 2; word-spacing: 0px; -webkit-text-stroke-width: 0px; white-space: normal; text-decoration-thickness: initial; text-decoration-style: initial; text-decoration-color: initial; float: none; display: inline !important;&quot;&gt;&lt;font style=&quot;color: light-dark(rgb(255, 255, 255), rgb(255, 255, 255));&quot;&gt;Simulation&lt;/font&gt;&lt;/span&gt;" style="text;whiteSpace=wrap;html=1;" parent="1" vertex="1">
          <mxGeometry x="8" y="130" width="78" height="30" as="geometry" />
        </mxCell>
-         <mxCell id="ifUhqTne8HnEk-4yPDjQ-2" value="" style="endArrow=classic;html=1;rounded=0;exitX=0;exitY=0.25;exitDx=0;exitDy=0;entryX=1;entryY=0.25;entryDx=0;entryDy=0;" edge="1" parent="1" source="4c-f1tfFD5tvM23biIU9-3" target="4c-f1tfFD5tvM23biIU9-9">
+         <mxCell id="ifUhqTne8HnEk-4yPDjQ-2" value="" style="endArrow=classic;html=1;rounded=0;exitX=0;exitY=0.25;exitDx=0;exitDy=0;entryX=1;entryY=0.25;entryDx=0;entryDy=0;" parent="1" source="4c-f1tfFD5tvM23biIU9-3" target="4c-f1tfFD5tvM23biIU9-9" edge="1">
          <mxGeometry width="50" height="50" relative="1" as="geometry">
            <mxPoint x="510" y="100" as="sourcePoint" />
            <mxPoint x="560" y="50" as="targetPoint" />
            <Array as="points">
              <mxPoint x="610" y="170" />
              <mxPoint x="610" y="120" />
              <mxPoint x="380" y="120" />
              <mxPoint x="380" y="170" />
            </Array>
          </mxGeometry>
        </mxCell>
-         <mxCell id="ifUhqTne8HnEk-4yPDjQ-4" value="&lt;font style=&quot;font-size: 10px;&quot;&gt;&lt;font style=&quot;color: rgb(1, 14, 208);&quot;&gt;Wrench mode:&lt;/font&gt;&lt;br&gt;atmos_1/fmu/in/vehicle_thrust_setpoint&lt;br&gt;atmos_1/fmu/in/torque_setpoint&lt;/font&gt;" style="edgeLabel;html=1;align=left;verticalAlign=middle;resizable=0;points=[];" vertex="1" connectable="0" parent="ifUhqTne8HnEk-4yPDjQ-2">
+         <mxCell id="ifUhqTne8HnEk-4yPDjQ-4" value="&lt;font style=&quot;font-size: 10px;&quot;&gt;atmos_1/fmu/in/vehicle_thrust_setpoint&lt;br&gt;atmos_1/fmu/in/torque_setpoint&lt;/font&gt;" style="edgeLabel;html=1;align=left;verticalAlign=middle;resizable=0;points=[];" parent="ifUhqTne8HnEk-4yPDjQ-2" vertex="1" connectable="0">
          <mxGeometry x="0.0016" y="-2" relative="1" as="geometry">
            <mxPoint x="-90" y="-1" as="offset" />
          </mxGeometry>
        </mxCell>
-         <mxCell id="ifUhqTne8HnEk-4yPDjQ-5" value="" style="endArrow=classic;html=1;rounded=0;entryX=1;entryY=0.25;entryDx=0;entryDy=0;exitX=0;exitY=0.25;exitDx=0;exitDy=0;" edge="1" parent="1" source="4c-f1tfFD5tvM23biIU9-5" target="4c-f1tfFD5tvM23biIU9-11">
+         <mxCell id="ifUhqTne8HnEk-4yPDjQ-5" value="" style="endArrow=classic;html=1;rounded=0;entryX=1;entryY=0.25;entryDx=0;entryDy=0;exitX=0;exitY=0.25;exitDx=0;exitDy=0;" parent="1" source="4c-f1tfFD5tvM23biIU9-5" target="4c-f1tfFD5tvM23biIU9-11" edge="1">
          <mxGeometry width="50" height="50" relative="1" as="geometry">
            <mxPoint x="410" y="510" as="sourcePoint" />
            <mxPoint x="460" y="460" as="targetPoint" />
          </mxGeometry>
        </mxCell>
-         <mxCell id="ifUhqTne8HnEk-4yPDjQ-6" value="&lt;font style=&quot;font-size: 10px;&quot;&gt;atmos_3/fmu/in/...&lt;/font&gt;" style="edgeLabel;html=1;align=center;verticalAlign=middle;resizable=0;points=[];" vertex="1" connectable="0" parent="ifUhqTne8HnEk-4yPDjQ-5">
+         <mxCell id="ifUhqTne8HnEk-4yPDjQ-6" value="&lt;font style=&quot;font-size: 10px;&quot;&gt;atmos_3/fmu/in/...&lt;/font&gt;" style="edgeLabel;html=1;align=center;verticalAlign=middle;resizable=0;points=[];" parent="ifUhqTne8HnEk-4yPDjQ-5" vertex="1" connectable="0">
          <mxGeometry x="0.2213" y="2" relative="1" as="geometry">
            <mxPoint x="2" y="-2" as="offset" />
          </mxGeometry>
        </mxCell>
-         <mxCell id="ifUhqTne8HnEk-4yPDjQ-7" value="" style="endArrow=classic;html=1;rounded=0;entryX=1;entryY=0.25;entryDx=0;entryDy=0;exitX=0;exitY=0.25;exitDx=0;exitDy=0;" edge="1" parent="1" source="4c-f1tfFD5tvM23biIU9-4" target="4c-f1tfFD5tvM23biIU9-10">
+         <mxCell id="ifUhqTne8HnEk-4yPDjQ-7" value="" style="endArrow=classic;html=1;rounded=0;entryX=1;entryY=0.25;entryDx=0;entryDy=0;exitX=0;exitY=0.25;exitDx=0;exitDy=0;" parent="1" source="4c-f1tfFD5tvM23biIU9-4" target="4c-f1tfFD5tvM23biIU9-10" edge="1">
          <mxGeometry width="50" height="50" relative="1" as="geometry">
            <mxPoint x="660" y="230" as="sourcePoint" />
            <mxPoint x="268" y="250" as="targetPoint" />
          </mxGeometry>
        </mxCell>
-         <mxCell id="ifUhqTne8HnEk-4yPDjQ-8" value="&lt;font style=&quot;font-size: 10px;&quot;&gt;atmos_2/fmu/in/...&lt;/font&gt;" style="edgeLabel;html=1;align=center;verticalAlign=middle;resizable=0;points=[];" vertex="1" connectable="0" parent="ifUhqTne8HnEk-4yPDjQ-7">
+         <mxCell id="ifUhqTne8HnEk-4yPDjQ-8" value="&lt;font style=&quot;font-size: 10px;&quot;&gt;atmos_2/fmu/in/...&lt;/font&gt;" style="edgeLabel;html=1;align=center;verticalAlign=middle;resizable=0;points=[];" parent="ifUhqTne8HnEk-4yPDjQ-7" vertex="1" connectable="0">
          <mxGeometry x="0.2213" y="2" relative="1" as="geometry">
            <mxPoint x="2" y="-2" as="offset" />
          </mxGeometry>
        </mxCell>
      </root>
    </mxGraphModel>
  </diagram>
</mxfile>
